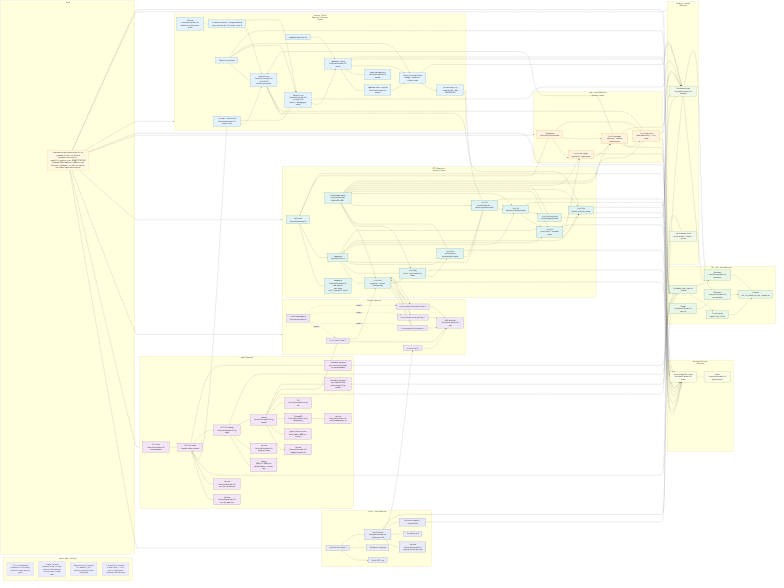
Earlier version of the Mermaid export docs/design/platform/dev_full/graph/readiness/dev_full_platform_resources_production_ready_expanded_current_v0.mermaid.png (EsosaOrumwese/fraud-detection-system). Its source is kept beside it as docs/design/platform/dev_full/graph/readiness/dev_full_platform_resources_production_ready_expanded_current_v0.mermaid.mmd.
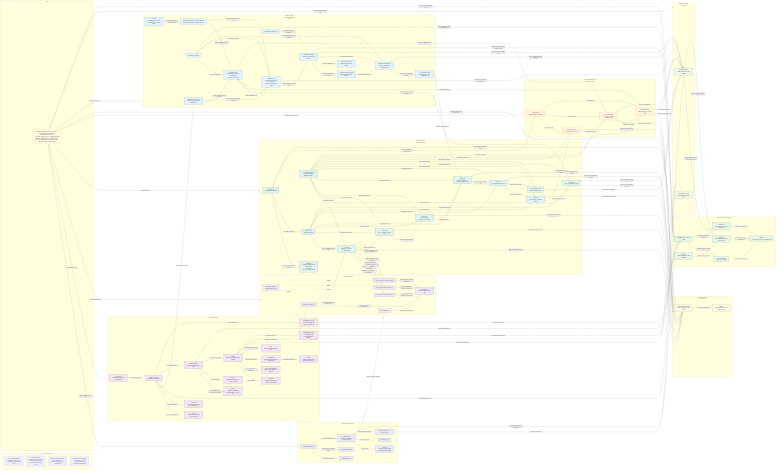
After the commit.

Commit message:
Strengthen readiness graph flow labels

What changed in the source:
```diff
@@ -110,155 +110,155 @@
     RUNBOOK["Runbook<br>dev_full_phase7_ops_gov_runbook.md"]
   end
 
-  N1 --> CONTROL
-  N1 --> INGRESS
-  N1 --> TRANSPORT
-  N1 --> RTDL
-  N1 --> CASELABEL
-  N1 --> DATASTATE
-  N1 --> LEARNING
-  N1 --> EVIDENCE
-  N1 --> OPSGOV
+  N1 -->|includes control/proof seats| CONTROL
+  N1 -->|includes ingress seats| INGRESS
+  N1 -->|includes transport seats| TRANSPORT
+  N1 -->|includes RTDL seats| RTDL
+  N1 -->|includes case/label seats| CASELABEL
+  N1 -->|includes runtime data-state seats| DATASTATE
+  N1 -->|includes learning seats| LEARNING
+  N1 -->|includes evidence/handle seats| EVIDENCE
+  N1 -->|includes ops/governance seats| OPSGOV
 
-  GHA --> OIDC
-  GHA --> ROLETF
-  GHA --> SFN
-  SFN --> ROLESFN
-  SFN --> RUNID
-  SFN --> RUNCTL
-  SFN --> TCTRL
-  RUNCTL --> EVID
+  GHA -->|authenticates through| OIDC
+  GHA -->|assumes dispatch identity through| ROLETF
+  GHA -->|dispatches bounded runs to| SFN
+  SFN -->|executes under| ROLESFN
+  SFN -->|pins run identity in| RUNID
+  SFN -->|writes run-control truth to| RUNCTL
+  SFN -->|publishes control signals to| TCTRL
+  RUNCTL -->|stores proof receipts in| EVID
 
-  WSPCLUSTER --> WSPTASK
-  WSPTASK --> ROLEWSPEXEC
-  WSPTASK --> ROLEWSPRUN
-  WSPTASK --> OBJ
-  WSPTASK --> SSM
-  WSPTASK --> APIGW
-  WSPTASK --> CWWSP
+  WSPCLUSTER -->|hosts replay task family| WSPTASK
+  WSPTASK -->|uses execution identity| ROLEWSPEXEC
+  WSPTASK -->|uses runtime identity| ROLEWSPRUN
+  WSPTASK -->|reads replay basis from| OBJ
+  WSPTASK -->|reads active handles from| SSM
+  WSPTASK -->|pushes replay load to| APIGW
+  WSPTASK -->|emits replay logs to| CWWSP
 
-  APIGW --> APISTAGE
-  APIGW --> ROLEAPIGW
-  APIGW --> IGLAMBDA
-  APIGW --> CW
-  IGLAMBDA --> ROLELAMBDA
-  IGLAMBDA --> IGINCFG
-  IGLAMBDA --> DDB
-  IGLAMBDA --> DLQ
-  IGLAMBDA --> SSM
-  IGLAMBDA --> TTRAFFIC
-  IGLAMBDA --> CWLAMBDA
-  DDB --> ROLEDDB
-  CWLAMBDA --> CW
+  APIGW -->|materializes stage throttle/log posture in| APISTAGE
+  APIGW -->|invokes through| ROLEAPIGW
+  APIGW -->|routes admitted calls into| IGLAMBDA
+  APIGW -->|emits edge telemetry to| CW
+  IGLAMBDA -->|executes under| ROLELAMBDA
+  IGLAMBDA -->|uses ingress publish contract in| IGINCFG
+  IGLAMBDA -->|checks idempotency in| DDB
+  IGLAMBDA -->|routes failed-closed events to| DLQ
+  IGLAMBDA -->|reads active handles from| SSM
+  IGLAMBDA -->|publishes fraud traffic to| TTRAFFIC
+  IGLAMBDA -->|emits function logs to| CWLAMBDA
+  DDB -->|is governed by access role| ROLEDDB
+  CWLAMBDA -->|feeds Lambda telemetry to| CW
 
-  TCTRL --> MSK
-  TTRAFFIC --> MSK
-  TCTXA --> MSK
-  TCTXE --> MSK
-  TFLOW --> MSK
+  TCTRL -->|rides control transport on| MSK
+  TTRAFFIC -->|rides fraud traffic transport on| MSK
+  TCTXA -->|rides arrival-events context transport on| MSK
+  TCTXE -->|rides arrival-entities context transport on| MSK
+  TFLOW -->|rides fraud-flow context transport on| MSK
   GLUE -. governs .-> TTRAFFIC
   GLUE -. governs .-> TCTXA
   GLUE -. governs .-> TCTXE
   GLUE -. governs .-> TFLOW
 
-  EKS --> NODEGROUP
-  EKS --> NSRTDL
-  EKS --> NSCASE
-  NSRTDL --> CSFB
-  NSRTDL --> IEG
-  NSRTDL --> OFP
-  NSRTDL --> DF
-  NSRTDL --> DL
-  NSRTDL --> AL
-  NSRTDL --> DLA
-  NSRTDL --> ARCH
-  NSCASE --> CASETRIG
-  NSCASE --> CASEMGMT
-  NSCASE --> LABELSTORE
-  RTDLIMG --> CSFB
-  RTDLIMG --> IEG
-  RTDLIMG --> OFP
-  RTDLIMG --> DF
-  RTDLIMG --> DL
-  RTDLIMG --> AL
-  RTDLIMG --> DLA
-  RTDLIMG --> ARCH
-  RTDLIMG --> CASETRIG
-  RTDLIMG --> CASEMGMT
-  RTDLIMG --> LABELSTORE
+  EKS -->|scales worker capacity through| NODEGROUP
+  EKS -->|hosts RTDL namespace| NSRTDL
+  EKS -->|hosts case/label namespace| NSCASE
+  NSRTDL -->|runs projection/context owner| CSFB
+  NSRTDL -->|runs entity-graph owner| IEG
+  NSRTDL -->|runs feature owner| OFP
+  NSRTDL -->|runs decision owner| DF
+  NSRTDL -->|runs publication owner| DL
+  NSRTDL -->|runs action owner| AL
+  NSRTDL -->|runs continuity owner| DLA
+  NSRTDL -->|runs archive owner| ARCH
+  NSCASE -->|runs trigger owner| CASETRIG
+  NSCASE -->|runs case owner| CASEMGMT
+  NSCASE -->|runs label owner| LABELSTORE
+  RTDLIMG -->|pins runtime image for| CSFB
+  RTDLIMG -->|pins runtime image for| IEG
+  RTDLIMG -->|pins runtime image for| OFP
+  RTDLIMG -->|pins runtime image for| DF
+  RTDLIMG -->|pins runtime image for| DL
+  RTDLIMG -->|pins runtime image for| AL
+  RTDLIMG -->|pins runtime image for| DLA
+  RTDLIMG -->|pins runtime image for| ARCH
+  RTDLIMG -->|pins runtime image for| CASETRIG
+  RTDLIMG -->|pins runtime image for| CASEMGMT
+  RTDLIMG -->|pins runtime image for| LABELSTORE
 
-  TTRAFFIC --> CSFB
-  CSFB --> TCTXA
-  CSFB --> TCTXE
-  CSFB --> TFLOW
-  TCTXA --> CSFB
-  TCTXE --> CSFB
-  TFLOW --> CSFB
-  CSFB --> IEG
-  IEG --> OFP
-  OFP --> DF
-  DF --> DL
-  DL --> AL
-  AL --> DLA
-  DL --> ARCH
-  AL --> CASETRIG
-  CASETRIG --> CASEMGMT
-  CASEMGMT --> LABELSTORE
-  REGISTRY --> DF
+  TTRAFFIC -->|feeds admitted fraud events into| CSFB
+  CSFB -->|publishes arrival-events projection to| TCTXA
+  CSFB -->|publishes arrival-entities projection to| TCTXE
+  CSFB -->|publishes fraud-flow anchors to| TFLOW
+  TCTXA -->|supplies projected arrival events to| CSFB
+  TCTXE -->|supplies projected arrival entities to| CSFB
+  TFLOW -->|supplies projected fraud-flow anchors to| CSFB
+  CSFB -->|hands bound context to| IEG
+  IEG -->|hands resolved graph truth to| OFP
+  OFP -->|hands feature set to| DF
+  DF -->|hands governed decisions to| DL
+  DL -->|hands action intents to| AL
+  AL -->|hands action outcomes to| DLA
+  DL -->|hands archive stream to| ARCH
+  AL -->|hands case-worthy outcomes to| CASETRIG
+  CASETRIG -->|opens/reuses cases in| CASEMGMT
+  CASEMGMT -->|commits supervision to| LABELSTORE
+  REGISTRY -->|resolves active bundle for| DF
 
-  AURORA --> AURORAWRITER
-  CSFB --> AURORA
-  IEG --> AURORA
-  OFP --> AURORA
-  DF --> AURORA
-  DL --> AURORA
-  AL --> AURORA
-  DLA --> AURORA
-  CASETRIG --> AURORA
-  CASEMGMT --> AURORA
-  LABELSTORE --> AURORA
+  AURORA -->|exposes writer through| AURORAWRITER
+  CSFB -->|reads/writes runtime state in| AURORA
+  IEG -->|reads/writes graph state in| AURORA
+  OFP -->|reads/writes feature state in| AURORA
+  DF -->|reads/writes decision state in| AURORA
+  DL -->|reads/writes publication state in| AURORA
+  AL -->|reads/writes action state in| AURORA
+  DLA -->|reads/writes continuity state in| AURORA
+  CASETRIG -->|reads/writes trigger state in| AURORA
+  CASEMGMT -->|reads/writes case state in| AURORA
+  LABELSTORE -->|reads/writes label state in| AURORA
 
-  ROLEDBX --> DBCRED
-  DBWS --> DBBUILD
-  DBWS --> DBQUALITY
-  DBWS --> MLFLOW
-  DBCRED --> DBBUILD
-  DBCRED --> DBQUALITY
-  OBJ --> DBBUILD
-  OBJ --> DBQUALITY
-  DLA --> DBBUILD
-  CASEMGMT --> DBBUILD
-  LABELSTORE --> DBBUILD
-  DBBUILD --> DBQUALITY
-  DBQUALITY --> SMTRAIN
-  ROLESM --> SMTRAIN
-  SMTRAIN --> SMBATCH
-  SMTRAIN --> SMPKG
-  SMTRAIN --> MLFLOW
-  SMBATCH --> MLFLOW
-  MLFLOW --> REGISTRY
+  ROLEDBX -->|authorizes external location through| DBCRED
+  DBWS -->|hosts dataset-basis job| DBBUILD
+  DBWS -->|hosts quality-gate job| DBQUALITY
+  DBWS -->|hosts lineage/promotion backend| MLFLOW
+  DBCRED -->|grants object-store access to| DBBUILD
+  DBCRED -->|grants object-store access to| DBQUALITY
+  OBJ -->|supplies admitted source world to| DBBUILD
+  OBJ -->|supplies quality readback source to| DBQUALITY
+  DLA -->|supplies runtime decision evidence to| DBBUILD
+  CASEMGMT -->|supplies case-linked truth to| DBBUILD
+  LABELSTORE -->|supplies label truth to| DBBUILD
+  DBBUILD -->|hands bounded basis to| DBQUALITY
+  DBQUALITY -->|releases leakage-safe basis to| SMTRAIN
+  ROLESM -->|executes managed learning for| SMTRAIN
+  SMTRAIN -->|produces inference artifact for| SMBATCH
+  SMTRAIN -->|registers candidate into| SMPKG
+  SMTRAIN -->|logs train/eval lineage into| MLFLOW
+  SMBATCH -->|logs batch-eval lineage into| MLFLOW
+  MLFLOW -->|publishes active bundle truth as| REGISTRY
 
-  DLA --> EVID
-  ARCH --> EVID
-  CASEMGMT --> EVID
-  LABELSTORE --> EVID
-  DBQUALITY --> EVID
-  SMTRAIN --> EVID
-  MLFLOW --> EVID
+  DLA -->|stores continuity evidence in| EVID
+  ARCH -->|stores archive evidence in| EVID
+  CASEMGMT -->|stores case evidence in| EVID
+  LABELSTORE -->|stores label evidence in| EVID
+  DBQUALITY -->|stores dataset-quality evidence in| EVID
+  SMTRAIN -->|stores train/eval evidence in| EVID
+  MLFLOW -->|stores promotion/rollback evidence in| EVID
 
-  SFN --> CW
-  CWWSP --> CW
-  EKS --> CW
-  DBWS --> CW
-  SMTRAIN --> CW
-  CW --> ALARMS
-  CW --> DASHOPS
-  EVID --> DASHOPS
-  EVID --> DASHCOST
-  BUDGET --> DASHCOST
-  ALARMS --> RUNBOOK
-  DASHOPS --> RUNBOOK
-  DASHCOST --> RUNBOOK
+  SFN -->|emits orchestration telemetry to| CW
+  CWWSP -->|feeds replay logs into| CW
+  EKS -->|feeds runtime telemetry into| CW
+  DBWS -->|feeds managed Databricks telemetry into| CW
+  SMTRAIN -->|feeds managed SageMaker telemetry into| CW
+  CW -->|materializes alert posture in| ALARMS
+  CW -->|feeds live operations dashboard| DASHOPS
+  EVID -->|feeds evidence-backed operator view into| DASHOPS
+  EVID -->|feeds proof-cost evidence into| DASHCOST
+  BUDGET -->|feeds budget posture into| DASHCOST
+  ALARMS -->|routes alert response into| RUNBOOK
+  DASHOPS -->|routes ops response into| RUNBOOK
+  DASHCOST -->|routes cost-control response into| RUNBOOK
 
   classDef note fill:#fff8e1,stroke:#f9a825,color:#111,stroke-width:1.3px;
   classDef control fill:#e8eaf6,stroke:#3949ab,color:#111,stroke-width:1.3px;
```
